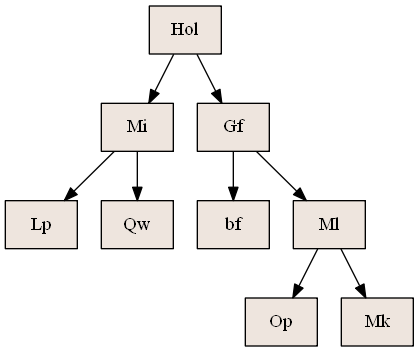
Before: Activos.png, a diagram exported from Graphviz (MEFM/SistemaDeRentas). Its source is kept beside it as Activos.dot. The source it was exported from:
```dot
digraph reporte{
node [shape = record, style=filled, fillcolor=seashell2];
Hol->Mi
Hol->Gf
Mi->Lp
Mi->Qw
Gf->bf
Gf->Ml
Ml->Op
Ml->Mk

}
```
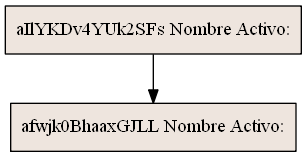
After the commit.

Diff of the diagram source:
```diff
@@ -1,12 +1,9 @@
 digraph reporte{
 node [shape = record, style=filled, fillcolor=seashell2];
-Hol->Mi
-Hol->Gf
-Mi->Lp
-Mi->Qw
-Gf->bf
-Gf->Ml
-Ml->Op
-Ml->Mk
+				DaIlYKDv4YUk2SFs[label = "aIlYKDv4YUk2SFs Nombre Activo: "]
+				Dafwjk0BhaaxGJLL[label = "afwjk0BhaaxGJLL Nombre Activo: "]
+				Dafwjk0BhaaxGJLL[label = "aIlYKDv4YUk2SFs Nombre Activo: "]
+				DaIlYKDv4YUk2SFs-> Dafwjk0BhaaxGJLL
+				Dafwjk0BhaaxGJLL[label = "afwjk0BhaaxGJLL Nombre Activo: "]
 
 }
```
